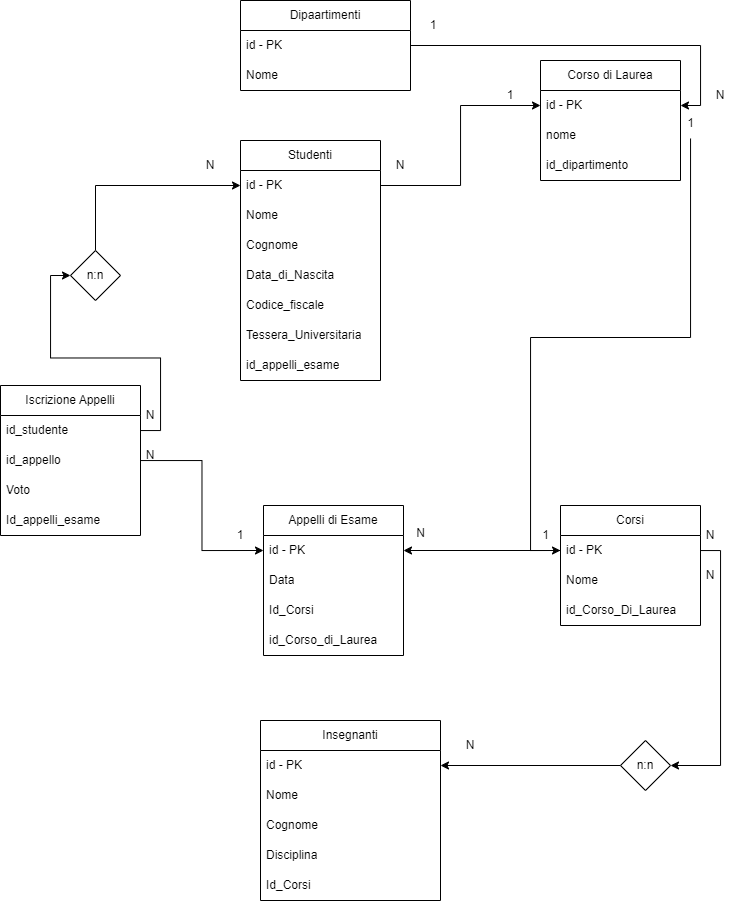
This is db-university.png from Luca1882/db-university, a draw.io export, as it was before one commit. Source tidied: cells renumbered, new cells last; positions are measured from the earlier drawing's top-left corner, leaving out a move shared by most shapes.
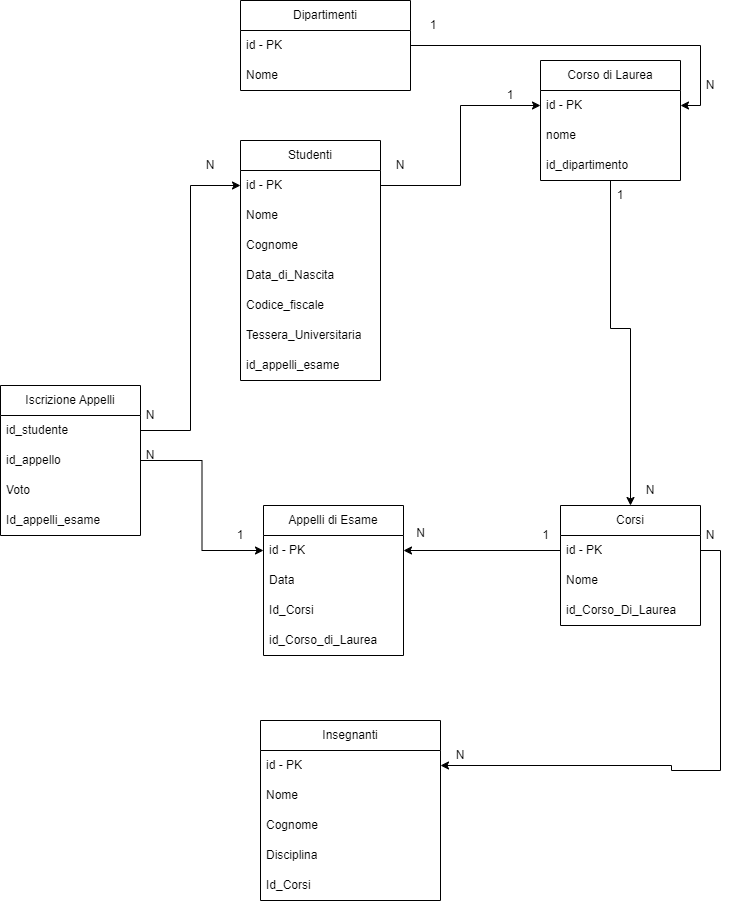
After the change.

Diff of the diagram source:
```diff
@@ -2,7 +2,7 @@
   <root>
     <mxCell id="0" />
     <mxCell id="1" parent="0" />
-    <mxCell id="2" value="Dipaartimenti" style="swimlane;fontStyle=0;horizontal=1;startSize=30;whiteSpace=wrap;html=1;" parent="1" vertex="1">
+    <mxCell id="2" value="Dipartimenti" style="swimlane;fontStyle=0;horizontal=1;startSize=30;whiteSpace=wrap;html=1;" parent="1" vertex="1">
       <mxGeometry x="240" width="170" height="90" as="geometry" />
     </mxCell>
     <mxCell id="3" value="id - PK" style="text;strokeColor=none;fillColor=none;align=left;verticalAlign=middle;spacingLeft=4;spacingRight=4;overflow=hidden;points=[[0,0.5],[1,0.5]];portConstraint=eastwest;whiteSpace=wrap;html=1;" parent="2" vertex="1">
@@ -53,24 +53,22 @@
     <mxCell id="18" value="id_Corso_Di_Laurea" style="text;strokeColor=none;fillColor=none;align=left;verticalAlign=middle;spacingLeft=4;spacingRight=4;overflow=hidden;whiteSpace=wrap;html=1;" parent="15" vertex="1">
       <mxGeometry y="90" width="140" height="30" as="geometry" />
     </mxCell>
-    <mxCell id="19" style="edgeStyle=orthogonalEdgeStyle;rounded=0;jettySize=auto;html=1;entryX=1;entryY=0.5;entryDx=0;entryDy=0;" parent="1" edge="1" source="21" target="10">
-      <mxGeometry relative="1" as="geometry" />
-    </mxCell>
-    <mxCell id="20" style="edgeStyle=orthogonalEdgeStyle;rounded=0;jettySize=auto;html=1;entryX=1;entryY=0.5;entryDx=0;entryDy=0;" parent="1" edge="1" source="16" target="21">
-      <mxGeometry relative="1" as="geometry" />
+    <mxCell id="20" style="edgeStyle=orthogonalEdgeStyle;rounded=0;jettySize=auto;html=1;" parent="1" edge="1" source="16" target="10">
+      <mxGeometry relative="1" as="geometry">
+        <Array as="points">
+          <mxPoint x="720" y="550" />
+          <mxPoint x="720" y="770" />
+          <mxPoint x="671" y="770" />
+          <mxPoint x="671" y="765" />
+        </Array>
+      </mxGeometry>
     </mxCell>
-    <mxCell id="21" value="n:n" style="rhombus;whiteSpace=wrap;html=1;" parent="1" vertex="1">
-      <mxGeometry x="620" y="740" width="50" height="50" as="geometry" />
-    </mxCell>
     <mxCell id="22" value="N" style="text;html=1;align=center;verticalAlign=middle;whiteSpace=wrap;rounded=0;" parent="1" vertex="1">
-      <mxGeometry x="440" y="730" width="60" height="30" as="geometry" />
+      <mxGeometry x="430" y="740" width="60" height="30" as="geometry" />
     </mxCell>
     <mxCell id="23" value="N" style="text;html=1;align=center;verticalAlign=middle;whiteSpace=wrap;rounded=0;" parent="1" vertex="1">
-      <mxGeometry x="680" y="560" width="60" height="30" as="geometry" />
+      <mxGeometry x="680" y="520" width="60" height="30" as="geometry" />
     </mxCell>
-    <mxCell id="24" value="N" style="text;html=1;align=center;verticalAlign=middle;whiteSpace=wrap;rounded=0;" parent="1" vertex="1">
-      <mxGeometry x="680" y="520" width="60" height="30" as="geometry" />
-    </mxCell>
     <mxCell id="25" value="1" style="text;html=1;align=center;verticalAlign=middle;whiteSpace=wrap;rounded=0;" parent="1" vertex="1">
       <mxGeometry x="480" y="80" width="60" height="30" as="geometry" />
     </mxCell>
@@ -140,9 +138,6 @@
     <mxCell id="47" style="edgeStyle=orthogonalEdgeStyle;rounded=0;jettySize=auto;html=1;entryX=0;entryY=0.5;entryDx=0;entryDy=0;" parent="1" edge="1" source="44" target="27">
       <mxGeometry relative="1" as="geometry" />
     </mxCell>
-    <mxCell id="48" style="edgeStyle=orthogonalEdgeStyle;rounded=0;jettySize=auto;html=1;entryX=0;entryY=0.5;entryDx=0;entryDy=0;" parent="1" edge="1" source="58" target="32">
-      <mxGeometry relative="1" as="geometry" />
-    </mxCell>
     <mxCell id="49" style="edgeStyle=orthogonalEdgeStyle;rounded=0;jettySize=auto;html=1;entryX=1;entryY=0.5;entryDx=0;entryDy=0;" parent="1" edge="1" source="3" target="6">
       <mxGeometry relative="1" as="geometry" />
     </mxCell>
@@ -150,7 +145,7 @@
       <mxGeometry x="403" y="10" width="60" height="30" as="geometry" />
     </mxCell>
     <mxCell id="51" value="N" style="text;html=1;align=center;verticalAlign=middle;whiteSpace=wrap;rounded=0;" parent="1" vertex="1">
-      <mxGeometry x="690" y="80" width="60" height="30" as="geometry" />
+      <mxGeometry x="680" y="70" width="60" height="30" as="geometry" />
     </mxCell>
     <mxCell id="52" value="N" style="text;html=1;align=center;verticalAlign=middle;whiteSpace=wrap;rounded=0;" parent="1" vertex="1">
       <mxGeometry x="120" y="400" width="60" height="30" as="geometry" />
@@ -161,24 +156,9 @@
     <mxCell id="54" value="1" style="text;html=1;align=center;verticalAlign=middle;strokeColor=none;fillColor=none;" parent="1" vertex="1">
       <mxGeometry x="530" y="520" width="30" height="30" as="geometry" />
     </mxCell>
-    <mxCell id="55" style="edgeStyle=orthogonalEdgeStyle;rounded=0;jettySize=auto;html=1;entryX=0;entryY=0.5;entryDx=0;entryDy=0;" parent="1" edge="1" source="56" target="16">
-      <mxGeometry relative="1" as="geometry">
-        <Array as="points">
-          <mxPoint x="690" y="337" />
-          <mxPoint x="530" y="337" />
-          <mxPoint x="530" y="550" />
-        </Array>
-      </mxGeometry>
-    </mxCell>
-    <mxCell id="56" value="1" style="text;html=1;align=center;verticalAlign=middle;points=[];strokeColor=none;fillColor=none;" parent="1" vertex="1">
-      <mxGeometry x="675" y="108" width="30" height="30" as="geometry" />
-    </mxCell>
-    <mxCell id="57" style="edgeStyle=orthogonalEdgeStyle;rounded=0;jettySize=auto;html=1;entryX=0;entryY=0.5;entryDx=0;entryDy=0;" parent="1" edge="1" source="43" target="58">
+    <mxCell id="57" style="edgeStyle=orthogonalEdgeStyle;rounded=0;jettySize=auto;html=1;entryX=0;entryY=0.5;entryDx=0;entryDy=0;" parent="1" edge="1" source="43" target="32">
       <mxGeometry relative="1" as="geometry" />
     </mxCell>
-    <mxCell id="58" value="n:n" style="rhombus;whiteSpace=wrap;html=1;" parent="1" vertex="1">
-      <mxGeometry x="70" y="250" width="50" height="50" as="geometry" />
-    </mxCell>
     <mxCell id="59" value="N" style="text;html=1;align=center;verticalAlign=middle;whiteSpace=wrap;rounded=0;" parent="1" vertex="1">
       <mxGeometry x="120" y="440" width="60" height="30" as="geometry" />
     </mxCell>
@@ -188,5 +168,19 @@
     <mxCell id="61" value="N" style="text;html=1;align=center;verticalAlign=middle;strokeColor=none;fillColor=none;" parent="1" vertex="1">
       <mxGeometry x="405" y="518" width="30" height="30" as="geometry" />
     </mxCell>
+    <mxCell id="62" style="edgeStyle=orthogonalEdgeStyle;rounded=0;jettySize=auto;html=1;" parent="1" edge="1" source="5" target="15">
+      <mxGeometry relative="1" as="geometry">
+        <Array as="points">
+          <mxPoint x="610" y="328" />
+          <mxPoint x="630" y="328" />
+        </Array>
+      </mxGeometry>
+    </mxCell>
+    <mxCell id="24" value="N" style="text;html=1;align=center;verticalAlign=middle;whiteSpace=wrap;rounded=0;" parent="1" vertex="1">
+      <mxGeometry x="620" y="475" width="60" height="30" as="geometry" />
+    </mxCell>
+    <mxCell id="56" value="1" style="text;html=1;align=center;verticalAlign=middle;whiteSpace=wrap;rounded=0;" parent="1" vertex="1">
+      <mxGeometry x="590" y="180" width="60" height="30" as="geometry" />
+    </mxCell>
   </root>
 </mxGraphModel>
```
